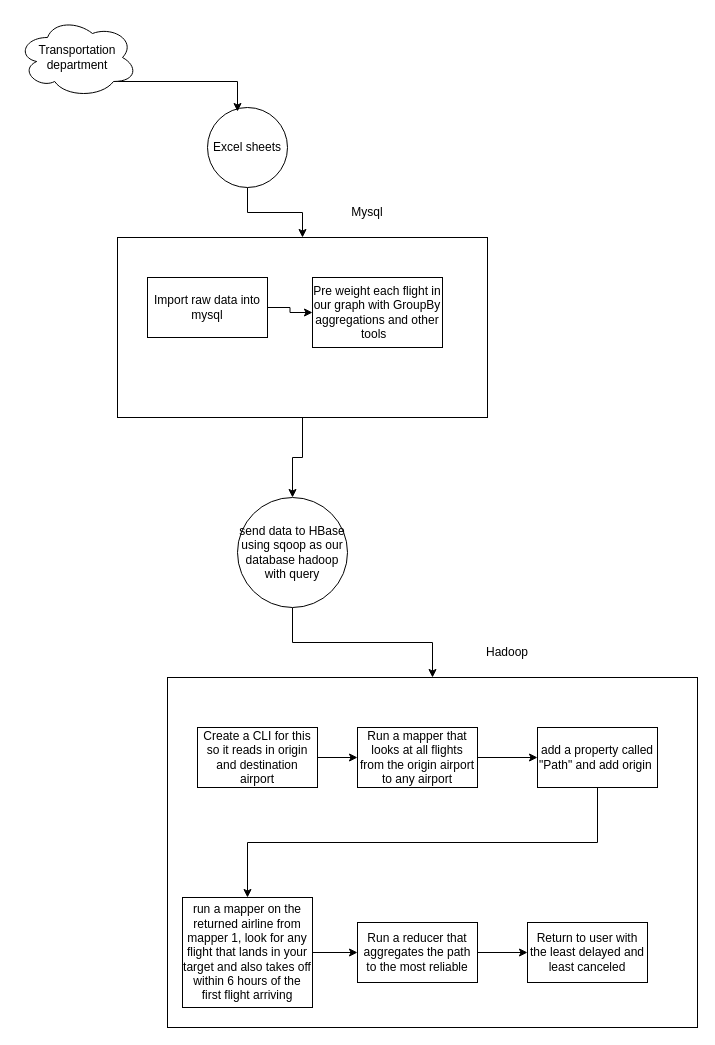
Before: resources/workflow.drawio in jasonbuchanan145/airline-reliability-graph, a draw.io diagram. Source tidied: cells renumbered, new cells numbered last; positions are measured from the earlier drawing's top-left corner, leaving out a move shared by most shapes. Both pictures are drawn from the tidied source at 100%, with x=0, y=0 at pixel (17, 17).
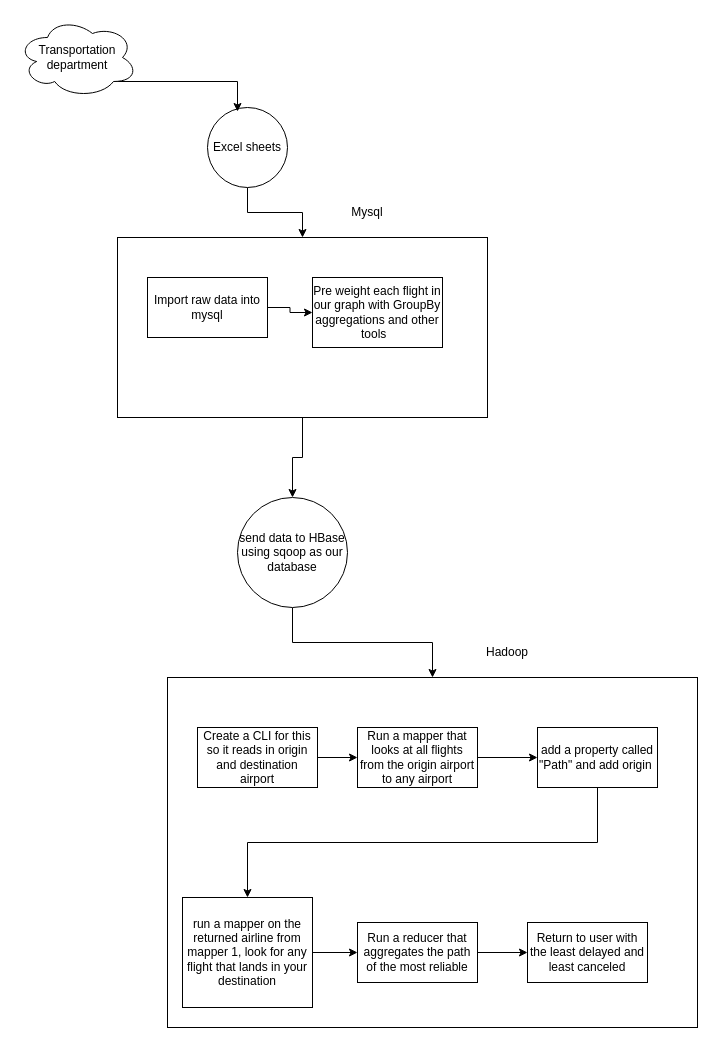
The same page after the edit.

Diff of the diagram source:
```diff
@@
-    <mxCell id="7" value="send data to HBase using sqoop as our database hadoop with query" style="ellipse;whiteSpace=wrap;html=1;" parent="1" vertex="1">
+    <mxCell id="7" value="send data to HBase using sqoop as our database" style="ellipse;whiteSpace=wrap;html=1;" parent="1" vertex="1">
       <mxGeometry x="220" y="480" width="110" height="110" as="geometry" />
     </mxCell>
@@
-    <mxCell id="14" value="run a mapper on the returned airline from mapper 1, look for any flight that lands in your target and also takes off within 6 hours of the first flight arriving" style="rounded=0;whiteSpace=wrap;html=1;" parent="1" vertex="1">
+    <mxCell id="14" value="run a mapper on the returned airline from mapper 1, look for any flight that lands in your destination" style="rounded=0;whiteSpace=wrap;html=1;" parent="1" vertex="1">
       <mxGeometry x="165" y="880" width="130" height="110" as="geometry" />
     </mxCell>
@@
-    <mxCell id="18" value="Run a reducer that aggregates the path to the most reliable" style="rounded=0;whiteSpace=wrap;html=1;" parent="1" vertex="1">
+    <mxCell id="18" value="Run a reducer that aggregates the path of the most reliable" style="rounded=0;whiteSpace=wrap;html=1;" parent="1" vertex="1">
       <mxGeometry x="340" y="905" width="120" height="60" as="geometry" />
     </mxCell>
```
